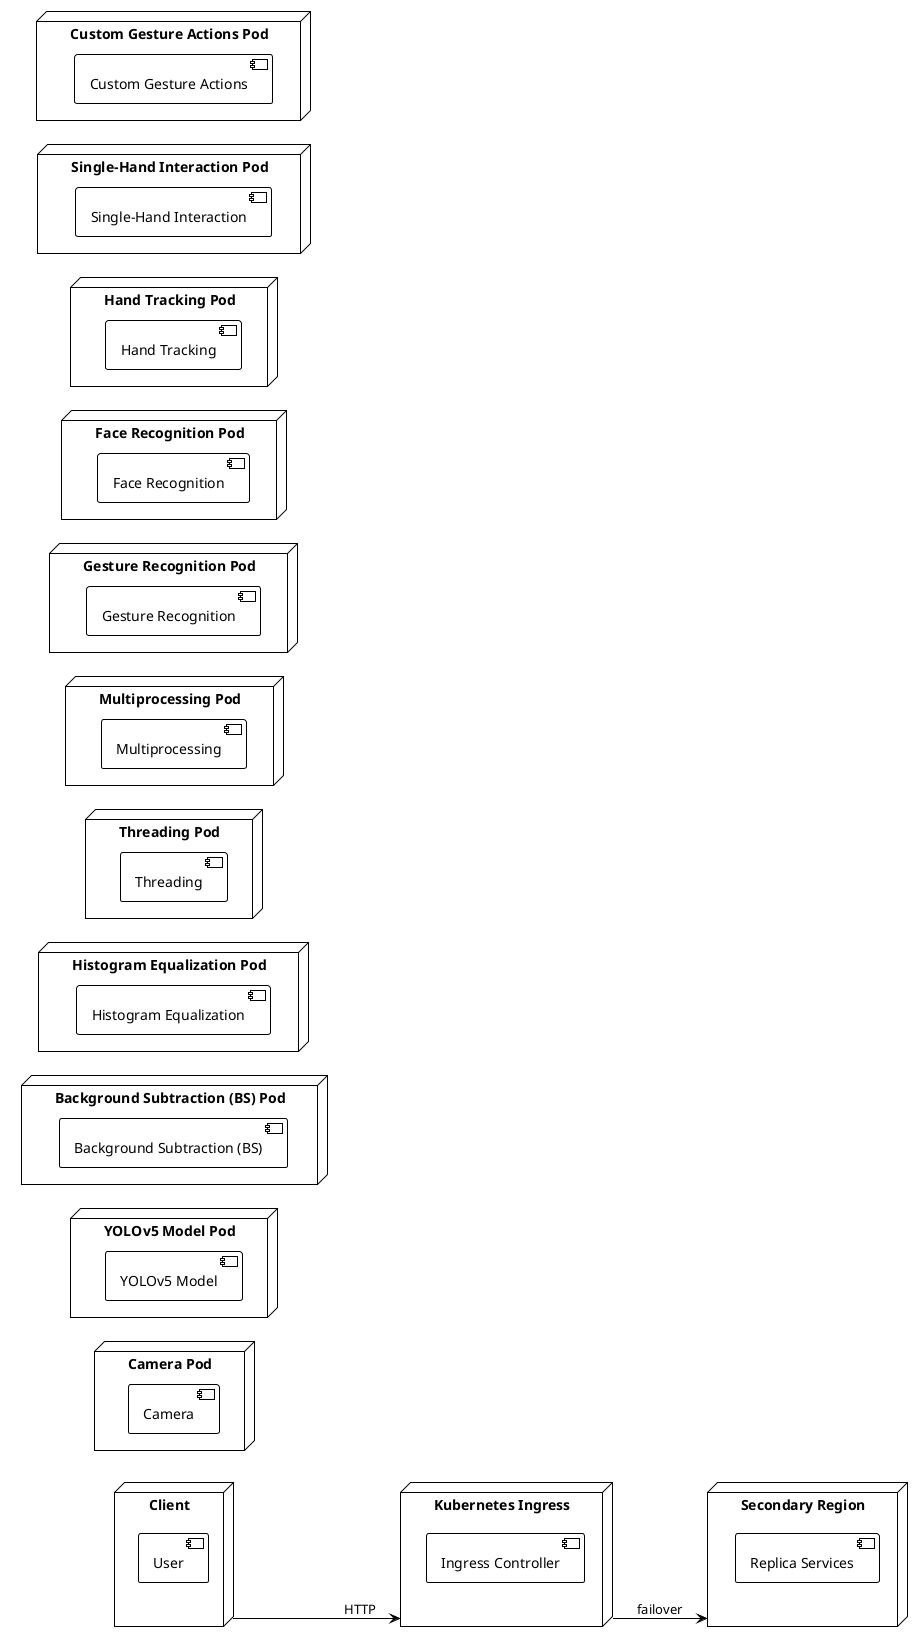
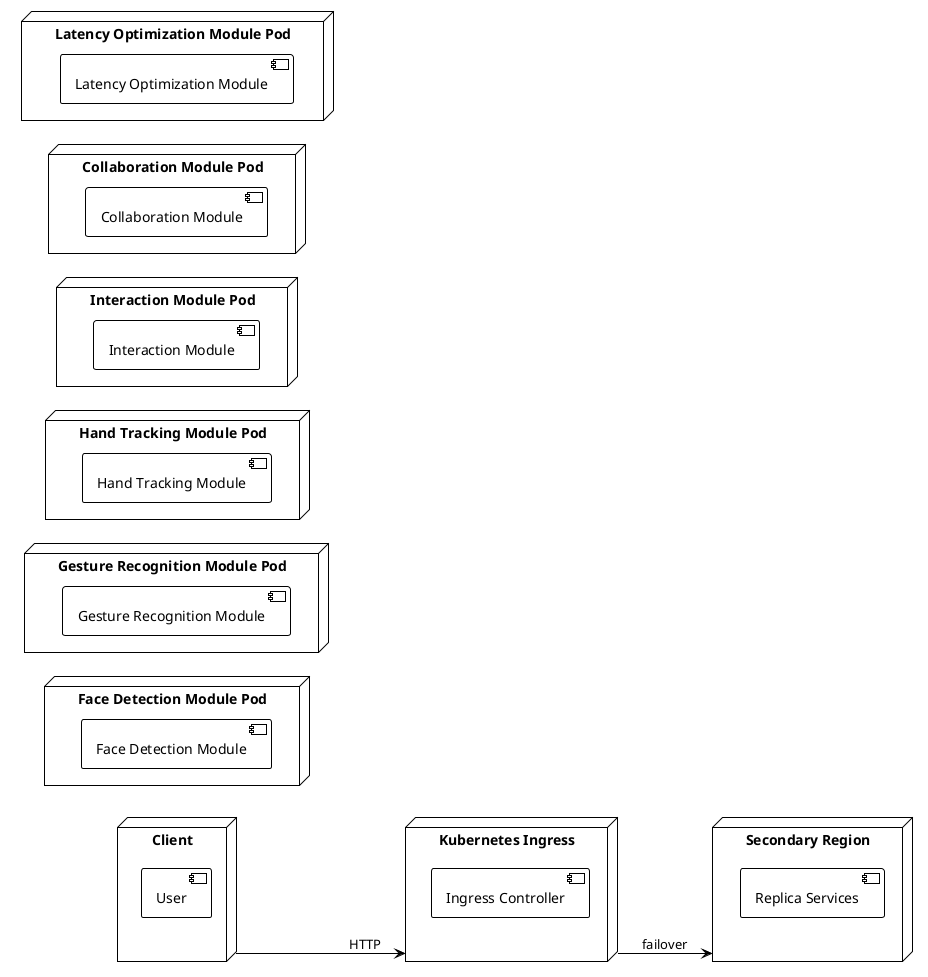
@startuml
!theme plain
left to right direction
node "Client" {
  component "User"
}
node "Kubernetes Ingress" as IngressController {
  component "Ingress Controller"
}
- node "Camera Pod" as CameraPod {
-   component "Camera"
+ node "Face Detection Module Pod" as FaceDetectionModulePod {
+   component "Face Detection Module"
}
- node "YOLOv5 Model Pod" as YOLOv5ModelPod {
-   component "YOLOv5 Model"
+ node "Gesture Recognition Module Pod" as GestureRecognitionModulePod {
+   component "Gesture Recognition Module"
}
- node "Background Subtraction (BS) Pod" as BackgroundSubtractionBSPod {
-   component "Background Subtraction (BS)"
+ node "Hand Tracking Module Pod" as HandTrackingModulePod {
+   component "Hand Tracking Module"
}
- node "Histogram Equalization Pod" as HistogramEqualizationPod {
-   component "Histogram Equalization"
+ node "Interaction Module Pod" as InteractionModulePod {
+   component "Interaction Module"
}
- node "Threading Pod" as ThreadingPod {
-   component "Threading"
+ node "Collaboration Module Pod" as CollaborationModulePod {
+   component "Collaboration Module"
}
- node "Multiprocessing Pod" as MultiprocessingPod {
-   component "Multiprocessing"
- }
- node "Gesture Recognition Pod" as GestureRecognitionPod {
-   component "Gesture Recognition"
- }
- node "Face Recognition Pod" as FaceRecognitionPod {
-   component "Face Recognition"
- }
- node "Hand Tracking Pod" as HandTrackingPod {
-   component "Hand Tracking"
- }
- node "Single-Hand Interaction Pod" as SingleHandInteractionPod {
-   component "Single-Hand Interaction"
- }
- node "Custom Gesture Actions Pod" as CustomGestureActionsPod {
-   component "Custom Gesture Actions"
+ node "Latency Optimization Module Pod" as LatencyOptimizationModulePod {
+   component "Latency Optimization Module"
}
Client --> IngressController : HTTP
node "Secondary Region" as SecondaryRegion {
  component "Replica Services"
}
IngressController --> SecondaryRegion : failover
@enduml